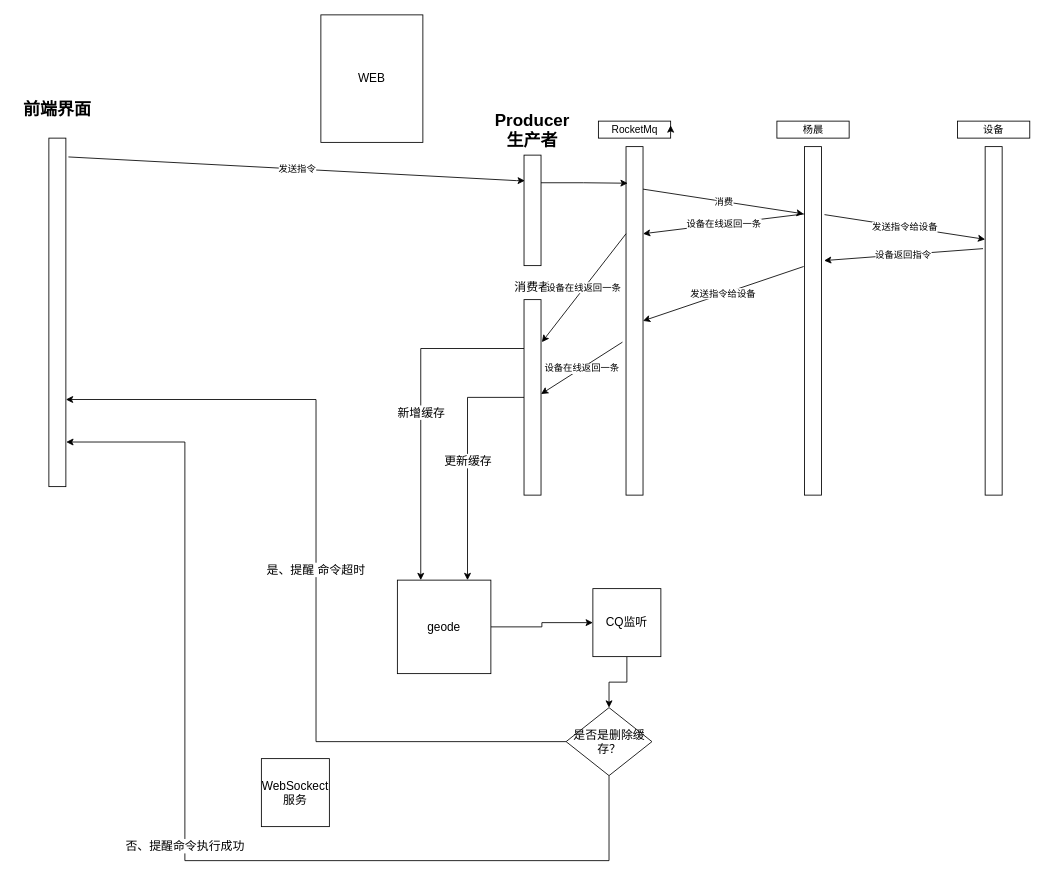
This is 未命名绘图.drawio from zm52hz/test1, a draw.io file, before an edit. Source tidied: cells renumbered, new cells numbered last; positions are measured from the earlier drawing's top-left corner, leaving out a move shared by most shapes. Both pictures are drawn from the tidied source at 85%, with x=0, y=0 at pixel (14, 14).
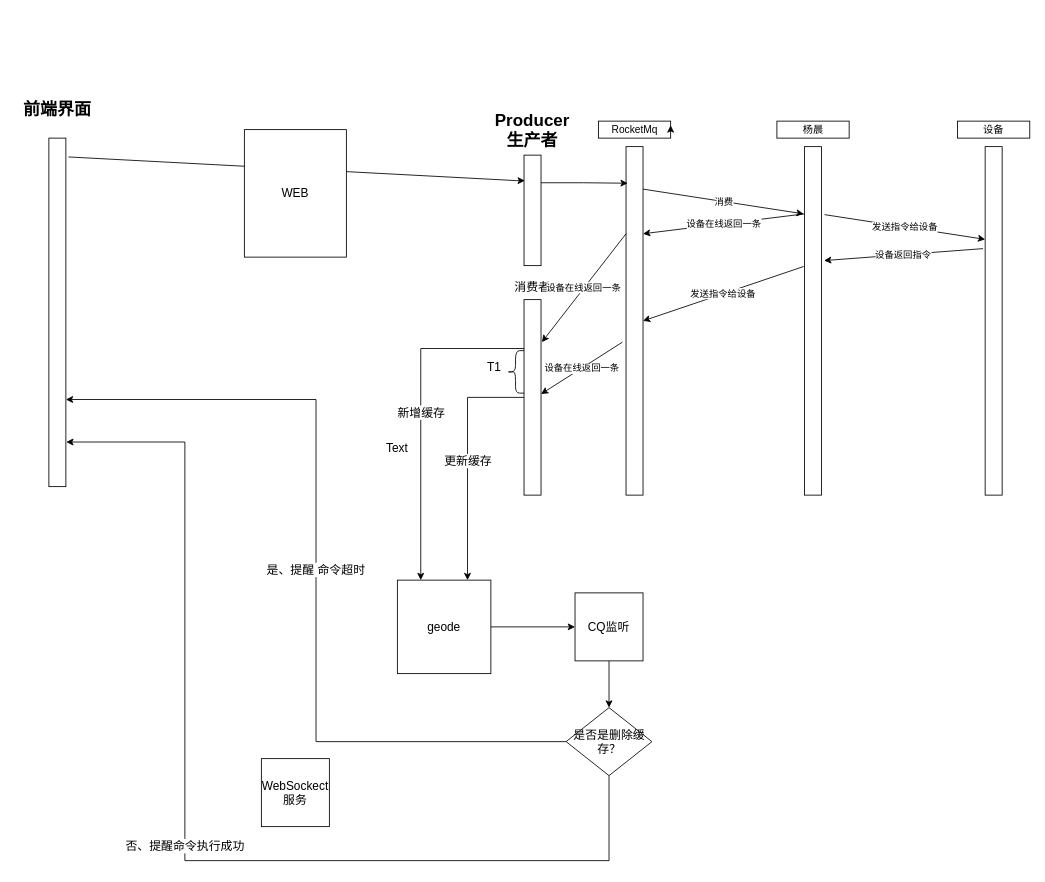
After the change.

Commit message (it also covers changes not shown here):
更新未命名绘图.drawio

What changed in the source:
```diff
@@
     <mxCell id="31" value="CQ监听" style="whiteSpace=wrap;html=1;fontSize=14;" parent="1" vertex="1">
-      <mxGeometry x="680" y="675" width="80" height="80" as="geometry" />
+      <mxGeometry x="659" y="680" width="80" height="80" as="geometry" />
     </mxCell>
@@
     <mxCell id="34" value="WEB" style="rounded=0;whiteSpace=wrap;html=1;fontSize=14;" parent="1" vertex="1">
-      <mxGeometry x="360" width="120" height="150" as="geometry" />
+      <mxGeometry x="270" y="135" width="120" height="150" as="geometry" />
     </mxCell>
+    <mxCell id="35" value="Text" style="text;html=1;strokeColor=none;fillColor=none;align=center;verticalAlign=middle;whiteSpace=wrap;rounded=0;fontSize=14;" parent="1" vertex="1">
+      <mxGeometry x="420" y="495" width="60" height="30" as="geometry" />
+    </mxCell>
+    <mxCell id="36" style="shape=curlyBracket;whiteSpace=wrap;html=1;rounded=1;fontSize=14;" parent="1" vertex="1">
+      <mxGeometry x="579" y="395" width="20" height="50" as="geometry" />
+    </mxCell>
+    <mxCell id="37" value="T1" style="text;html=1;strokeColor=none;fillColor=none;align=center;verticalAlign=middle;whiteSpace=wrap;rounded=0;fontSize=14;" parent="1" vertex="1">
+      <mxGeometry x="549" y="402.5" width="30" height="25" as="geometry" />
+    </mxCell>
```
